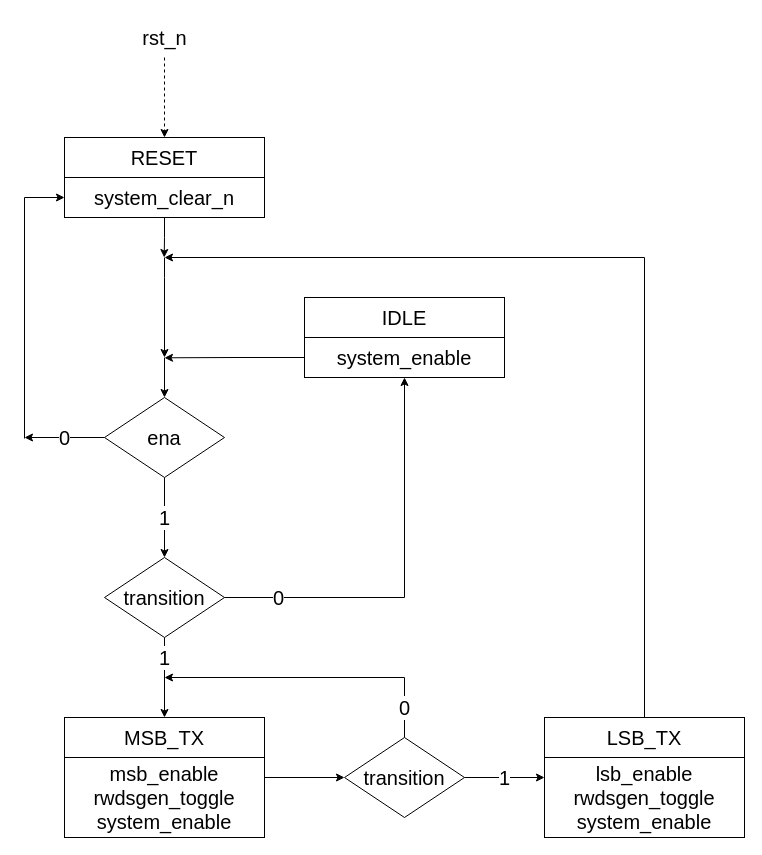
AndreaBononi/Intel_Cyclone10LP_systems keeps this draw.io diagram as page "DDR_to_SDR_converter_CU" (8 of 14) of hyperram_system/ip/avs_hram_converter/schematics/avs_hram_converter.drawio. Above is the earlier version. Source tidied: cells renumbered, new cells numbered last; positions are measured from the earlier drawing's top-left corner, leaving out a move shared by most shapes. Both pictures are drawn from the tidied source at 100%, with x=0, y=0 at pixel (24, 17).
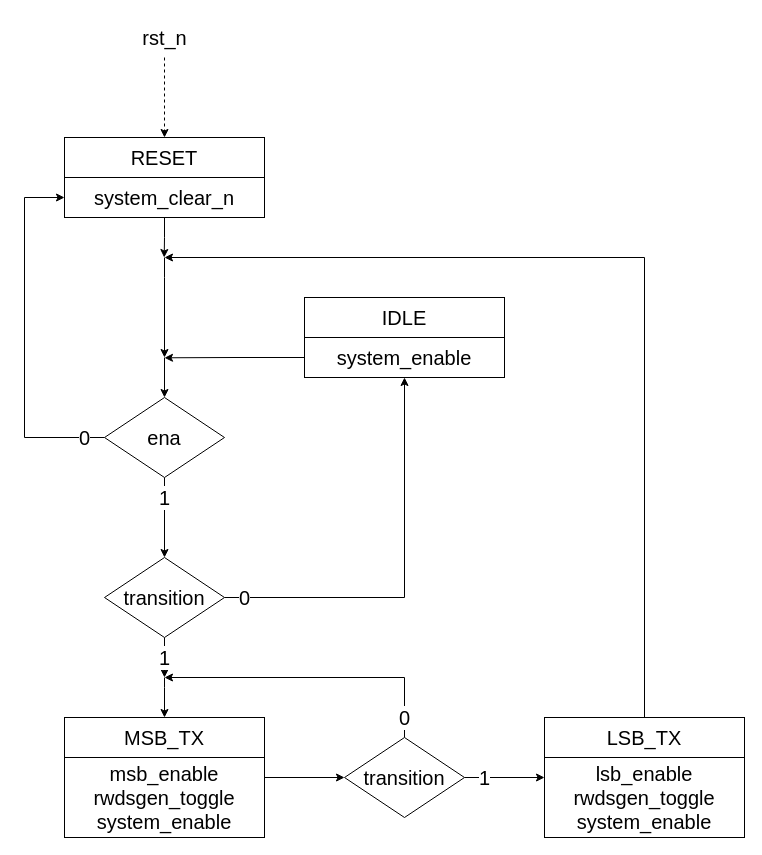
The same page after the edit.

The change refers to these unchanged cells:
```xml
<mxCell id="6" value="&lt;font style=&quot;font-size: 20px;&quot;&gt;system_clear_n&lt;/font&gt;" style="rounded=0;whiteSpace=wrap;html=1;" parent="1" vertex="1">
  <mxGeometry x="40" y="160" width="200" height="40" as="geometry" />
</mxCell>
<mxCell id="10" value="&lt;font style=&quot;font-size: 20px;&quot;&gt;system_enable&lt;/font&gt;" style="rounded=0;whiteSpace=wrap;html=1;" parent="1" vertex="1">
  <mxGeometry x="280" y="320" width="200" height="40" as="geometry" />
</mxCell>
<mxCell id="15" value="&lt;font style=&quot;font-size: 20px;&quot;&gt;ena&lt;/font&gt;" style="rhombus;whiteSpace=wrap;html=1;" parent="1" vertex="1">
  <mxGeometry x="80" y="380" width="120" height="80" as="geometry" />
</mxCell>
<mxCell id="18" value="&lt;font style=&quot;font-size: 20px;&quot;&gt;transition&lt;/font&gt;" style="rhombus;whiteSpace=wrap;html=1;" parent="1" vertex="1">
  <mxGeometry x="80" y="540" width="120" height="80" as="geometry" />
</mxCell>
<mxCell id="19" value="&lt;font style=&quot;font-size: 20px;&quot;&gt;MSB_TX&lt;/font&gt;" style="rounded=0;whiteSpace=wrap;html=1;" parent="1" vertex="1">
  <mxGeometry x="40" y="700" width="200" height="40" as="geometry" />
</mxCell>
<mxCell id="24" value="&lt;font style=&quot;font-size: 20px;&quot;&gt;transition&lt;/font&gt;" style="rhombus;whiteSpace=wrap;html=1;" parent="1" vertex="1">
  <mxGeometry x="320" y="720" width="120" height="80" as="geometry" />
</mxCell>
<mxCell id="27" value="&lt;div style=&quot;font-size: 20px;&quot;&gt;&lt;font style=&quot;font-size: 20px;&quot;&gt;lsb_enable&lt;/font&gt;&lt;/div&gt;&lt;div style=&quot;font-size: 20px;&quot;&gt;&lt;font style=&quot;font-size: 20px;&quot;&gt;rwdsgen_toggle&lt;font style=&quot;font-size: 20px;&quot;&gt;&lt;br&gt;&lt;/font&gt;&lt;/font&gt;&lt;/div&gt;&lt;div&gt;&lt;font style=&quot;font-size: 20px;&quot;&gt;system_enable&lt;/font&gt;&lt;/div&gt;" style="rounded=0;whiteSpace=wrap;html=1;" parent="1" vertex="1">
  <mxGeometry x="520" y="740" width="200" height="80" as="geometry" />
</mxCell>
```

What changed in the source:
```diff
@@
-    <mxCell id="12" value="&lt;font style=&quot;font-size: 20px;&quot;&gt;0&lt;/font&gt;" style="edgeStyle=orthogonalEdgeStyle;rounded=0;jettySize=auto;html=1;exitX=0;exitY=0.5;exitDx=0;exitDy=0;" parent="1" edge="1" source="15">
-      <mxGeometry relative="1" as="geometry">
-        <mxPoint y="420" as="targetPoint" />
+    <mxCell id="12" value="&lt;font style=&quot;font-size: 20px;&quot;&gt;0&lt;/font&gt;" style="edgeStyle=orthogonalEdgeStyle;rounded=0;jettySize=auto;html=1;exitX=0;exitY=0.5;exitDx=0;exitDy=0;entryX=0;entryY=0.5;entryDx=0;entryDy=0;" parent="1" edge="1" source="15" target="6">
+      <mxGeometry x="-0.89" relative="1" as="geometry">
         <Array as="points">
           <mxPoint y="420" />
+          <mxPoint y="180" />
         </Array>
       </mxGeometry>
     </mxCell>
     <mxCell id="13" value="&lt;font style=&quot;font-size: 20px;&quot;&gt;1&lt;/font&gt;" style="edgeStyle=orthogonalEdgeStyle;rounded=0;jettySize=auto;html=1;exitX=0.5;exitY=1;exitDx=0;exitDy=0;entryX=0.5;entryY=0;entryDx=0;entryDy=0;" parent="1" edge="1" source="15" target="18">
-      <mxGeometry relative="1" as="geometry" />
+      <mxGeometry x="-0.5" relative="1" as="geometry" />
     </mxCell>
@@
     <mxCell id="16" value="&lt;font style=&quot;font-size: 20px;&quot;&gt;0&lt;/font&gt;" style="edgeStyle=orthogonalEdgeStyle;rounded=0;jettySize=auto;html=1;exitX=1;exitY=0.5;exitDx=0;exitDy=0;entryX=0.5;entryY=1;entryDx=0;entryDy=0;" parent="1" edge="1" source="18" target="10">
-      <mxGeometry x="-0.73" relative="1" as="geometry">
+      <mxGeometry x="-0.9" relative="1" as="geometry">
         <Array as="points">
           <mxPoint x="380" y="580" />
         </Array>
       </mxGeometry>
     </mxCell>
-    <mxCell id="17" value="&lt;font style=&quot;font-size: 20px;&quot;&gt;1&lt;/font&gt;" style="edgeStyle=orthogonalEdgeStyle;rounded=0;jettySize=auto;html=1;exitX=0.5;exitY=1;exitDx=0;exitDy=0;entryX=0.5;entryY=0;entryDx=0;entryDy=0;" parent="1" edge="1" source="18" target="19">
-      <mxGeometry x="-0.5" relative="1" as="geometry" />
+    <mxCell id="17" value="&lt;font style=&quot;font-size: 20px;&quot;&gt;1&lt;/font&gt;" style="edgeStyle=orthogonalEdgeStyle;rounded=0;jettySize=auto;html=1;exitX=0.5;exitY=1;exitDx=0;exitDy=0;" parent="1" edge="1" source="18">
+      <mxGeometry x="-0.01" relative="1" as="geometry">
+        <mxPoint x="140" y="660" as="targetPoint" />
+      </mxGeometry>
     </mxCell>
@@
+    <mxCell id="29" style="edgeStyle=orthogonalEdgeStyle;rounded=0;jettySize=auto;html=1;exitX=0.5;exitY=0;exitDx=0;exitDy=0;entryX=0.5;entryY=0;entryDx=0;entryDy=0;" parent="1" edge="1" target="19">
+      <mxGeometry relative="1" as="geometry">
+        <mxPoint x="140" y="660" as="sourcePoint" />
+        <Array as="points">
+          <mxPoint x="140" y="670" />
+          <mxPoint x="140" y="670" />
+        </Array>
+      </mxGeometry>
+    </mxCell>
@@
     <mxCell id="22" value="&lt;font style=&quot;font-size: 20px;&quot;&gt;0&lt;/font&gt;" style="edgeStyle=orthogonalEdgeStyle;rounded=0;jettySize=auto;html=1;exitX=0.5;exitY=0;exitDx=0;exitDy=0;" parent="1" edge="1" source="24">
-      <mxGeometry x="-0.8" relative="1" as="geometry">
+      <mxGeometry x="-0.87" relative="1" as="geometry">
         <mxPoint x="140" y="660" as="targetPoint" />
         <Array as="points">
           <mxPoint x="380" y="660" />
         </Array>
       </mxGeometry>
     </mxCell>
     <mxCell id="23" value="&lt;font style=&quot;font-size: 20px;&quot;&gt;1&lt;/font&gt;" style="edgeStyle=orthogonalEdgeStyle;rounded=0;jettySize=auto;html=1;exitX=1;exitY=0.5;exitDx=0;exitDy=0;entryX=0;entryY=0.25;entryDx=0;entryDy=0;" parent="1" edge="1" source="24" target="27">
-      <mxGeometry relative="1" as="geometry" />
+      <mxGeometry x="-0.5" relative="1" as="geometry" />
     </mxCell>
@@
-    <mxCell id="28" style="endArrow=classic;html=1;rounded=0;edgeStyle=orthogonalEdgeStyle;entryX=0;entryY=0.5;entryDx=0;entryDy=0;" parent="1" edge="1" target="6">
-      <mxGeometry relative="1" as="geometry">
-        <mxPoint y="421" as="sourcePoint" />
-        <Array as="points">
-          <mxPoint y="180" />
-        </Array>
-      </mxGeometry>
-    </mxCell>
```
